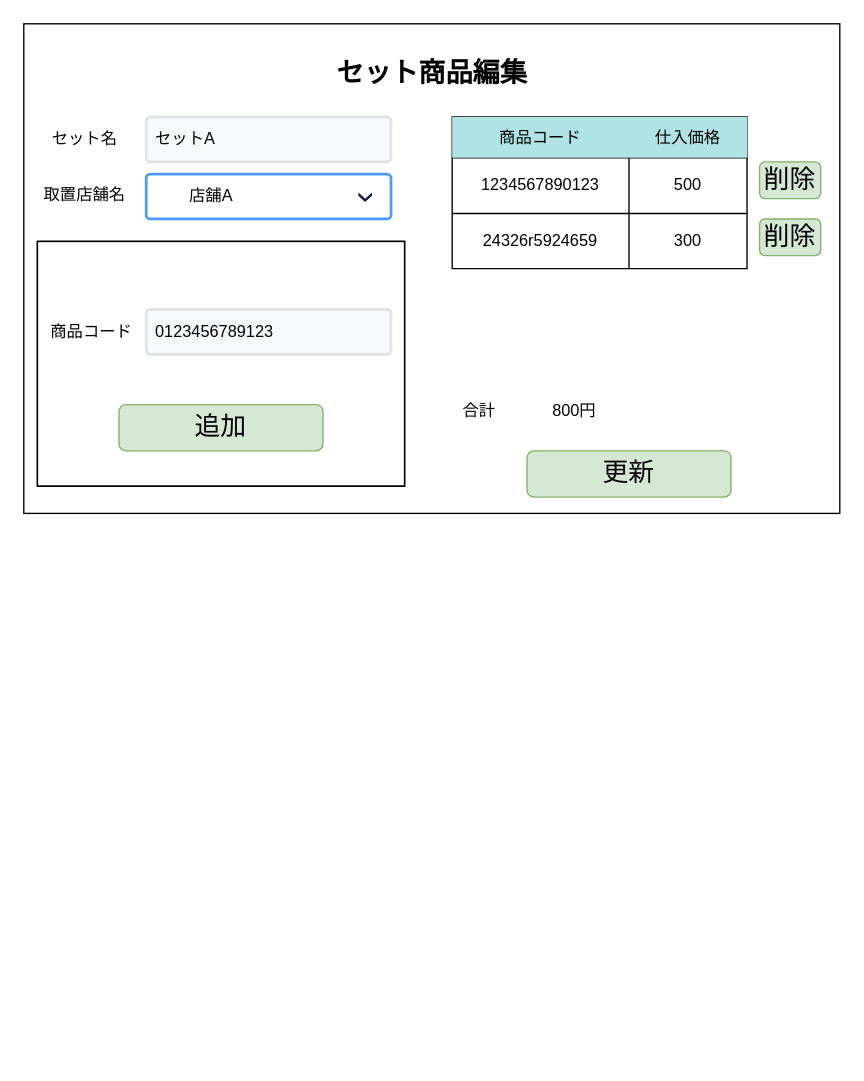
Earlier version of the draw.io diagram page "S07-04 セット商品編集" (4 of 4) of 各種設計書/6.画面設計書/S07_在庫.drawio (HaruShim/Sotuken). Source tidied: cells renumbered, new cells numbered last; positions are measured from the earlier drawing's top-left corner, leaving out a move shared by most shapes. Both pictures are drawn from the tidied source at 136%, with x=0, y=0 at pixel (23, 23).
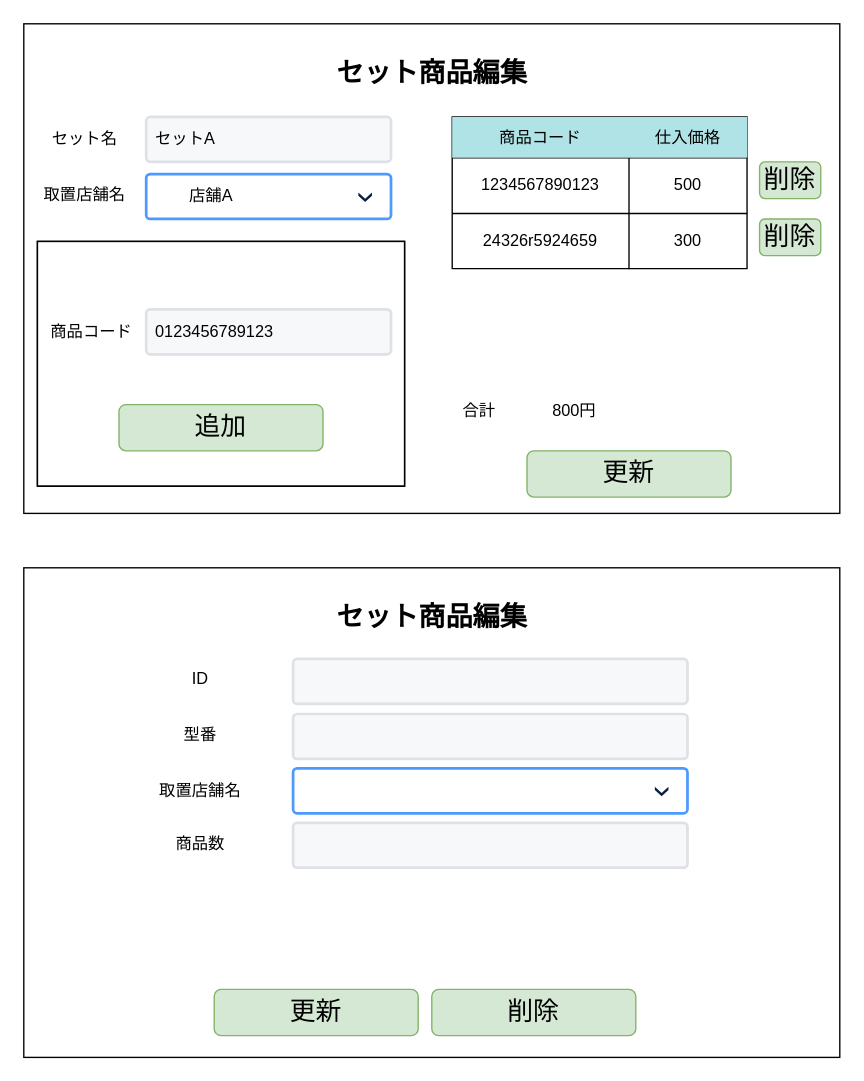
The same diagram, later.

Diff of the diagram source:
```diff
@@
+    <mxCell id="31" style="rounded=0;whiteSpace=wrap;html=1;" parent="29" vertex="1">
+      <mxGeometry y="400" width="600" height="360" as="geometry" />
+    </mxCell>
+    <mxCell id="32" value="セット商品編集" style="text;html=1;strokeColor=none;fillColor=none;align=center;verticalAlign=middle;whiteSpace=wrap;rounded=0;fontColor=default;fontStyle=1;fontSize=20;" parent="29" vertex="1">
+      <mxGeometry x="187.5" y="410" width="225" height="50" as="geometry" />
+    </mxCell>
+    <mxCell id="33" value="ID" style="text;html=1;strokeColor=none;fillColor=none;align=center;verticalAlign=middle;whiteSpace=wrap;rounded=0;" parent="29" vertex="1">
+      <mxGeometry x="100" y="467" width="60" height="30" as="geometry" />
+    </mxCell>
+    <mxCell id="34" style="rounded=1;arcSize=9;fillColor=#F7F8F9;align=left;spacingLeft=5;strokeColor=#DEE1E6;html=1;strokeWidth=2;fontSize=12;" parent="29" vertex="1">
+      <mxGeometry x="198" y="467" width="290" height="33" as="geometry" />
+    </mxCell>
+    <mxCell id="35" value="型番" style="text;html=1;strokeColor=none;fillColor=none;align=center;verticalAlign=middle;whiteSpace=wrap;rounded=0;" parent="29" vertex="1">
+      <mxGeometry x="80" y="507.5" width="100" height="30" as="geometry" />
+    </mxCell>
+    <mxCell id="36" style="rounded=1;arcSize=9;fillColor=#F7F8F9;align=left;spacingLeft=5;strokeColor=#DEE1E6;html=1;strokeWidth=2;fontSize=12;" parent="29" vertex="1">
+      <mxGeometry x="198" y="507.5" width="290" height="33" as="geometry" />
+    </mxCell>
+    <mxCell id="37" value="取置店舗名" style="text;html=1;strokeColor=none;fillColor=none;align=center;verticalAlign=middle;whiteSpace=wrap;rounded=0;" parent="29" vertex="1">
+      <mxGeometry x="95" y="549" width="70" height="30" as="geometry" />
+    </mxCell>
+    <mxCell id="38" value="商品数" style="text;html=1;strokeColor=none;fillColor=none;align=center;verticalAlign=middle;whiteSpace=wrap;rounded=0;" parent="29" vertex="1">
+      <mxGeometry x="95" y="587.5" width="70" height="30" as="geometry" />
+    </mxCell>
+    <mxCell id="39" style="rounded=1;arcSize=9;fillColor=#ffffff;strokeColor=#4C9AFF;html=1;strokeWidth=2;spacingLeft=30;fontColor=#000000;align=left;" parent="29" vertex="1">
+      <mxGeometry x="198" y="547.5" width="290" height="33" as="geometry" />
+    </mxCell>
+    <mxCell id="40" style="shape=step;whiteSpace=wrap;html=1;rounded=0;strokeColor=none;strokeWidth=2;fillColor=#0A1E43;gradientColor=none;fontFamily=Verdana;fontSize=14;fontColor=#000000;align=left;direction=south;size=0.65;" parent="39" vertex="1">
+      <mxGeometry x="1" y="0.5" width="10" height="7" relative="1" as="geometry">
+        <mxPoint x="-24" y="-3" as="offset" />
+      </mxGeometry>
+    </mxCell>
+    <mxCell id="41" style="rounded=1;arcSize=9;fillColor=#F7F8F9;align=left;spacingLeft=5;strokeColor=#DEE1E6;html=1;strokeWidth=2;fontSize=12;" parent="29" vertex="1">
+      <mxGeometry x="198" y="587.5" width="290" height="33" as="geometry" />
+    </mxCell>
+    <mxCell id="42" value="&lt;span style=&quot;font-size: 19px&quot;&gt;更新&lt;/span&gt;" style="rounded=1;whiteSpace=wrap;html=1;align=center;labelBackgroundColor=none;fillColor=#d5e8d4;strokeColor=#82b366;" parent="29" vertex="1">
+      <mxGeometry x="140" y="710" width="150" height="34" as="geometry" />
+    </mxCell>
+    <mxCell id="43" value="&lt;span style=&quot;font-size: 19px&quot;&gt;削除&lt;/span&gt;" style="rounded=1;whiteSpace=wrap;html=1;align=center;labelBackgroundColor=none;fillColor=#d5e8d4;strokeColor=#82b366;" parent="29" vertex="1">
+      <mxGeometry x="300" y="710" width="150" height="34" as="geometry" />
+    </mxCell>
```
